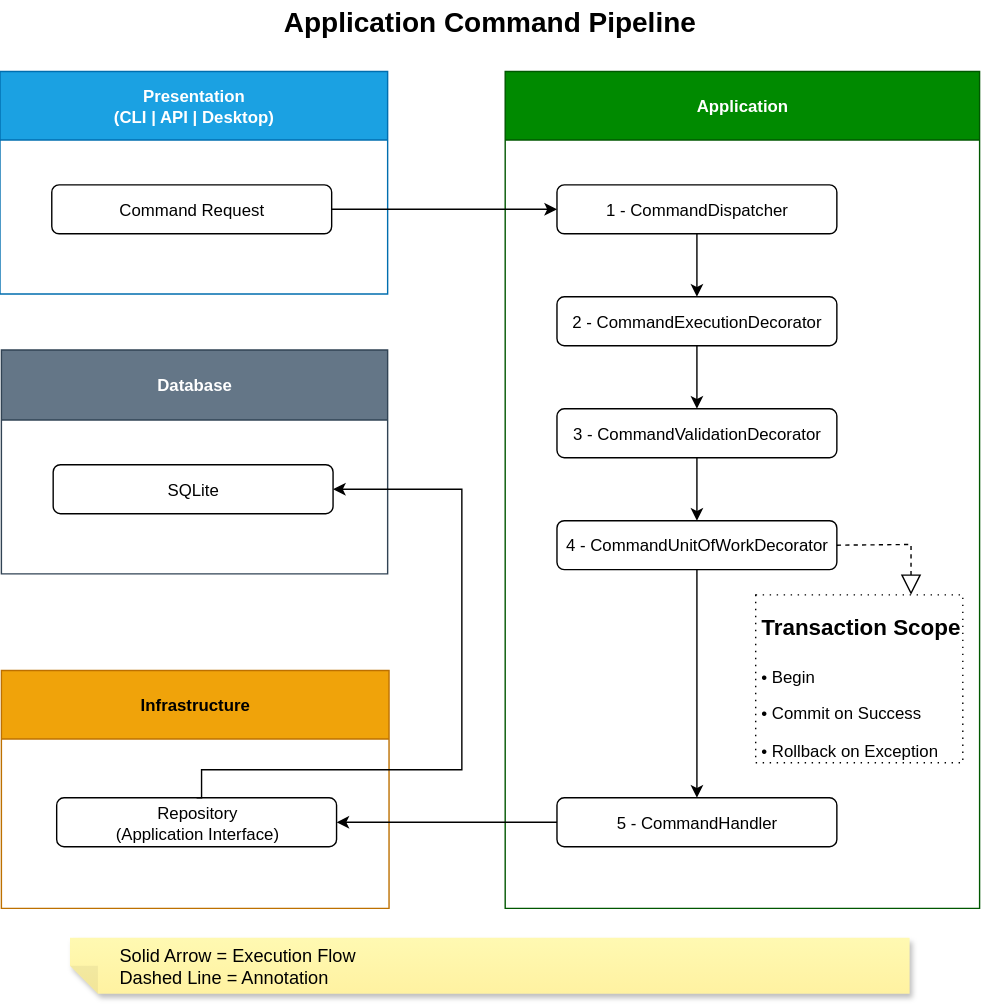
Above: docs/application/application-command-pipeline.svg in sergio-lopes-developer/whoami (draw.io), before the change. Source tidied: cells renumbered, new cells last; positions are measured from the earlier drawing's top-left corner, leaving out a move shared by most shapes.
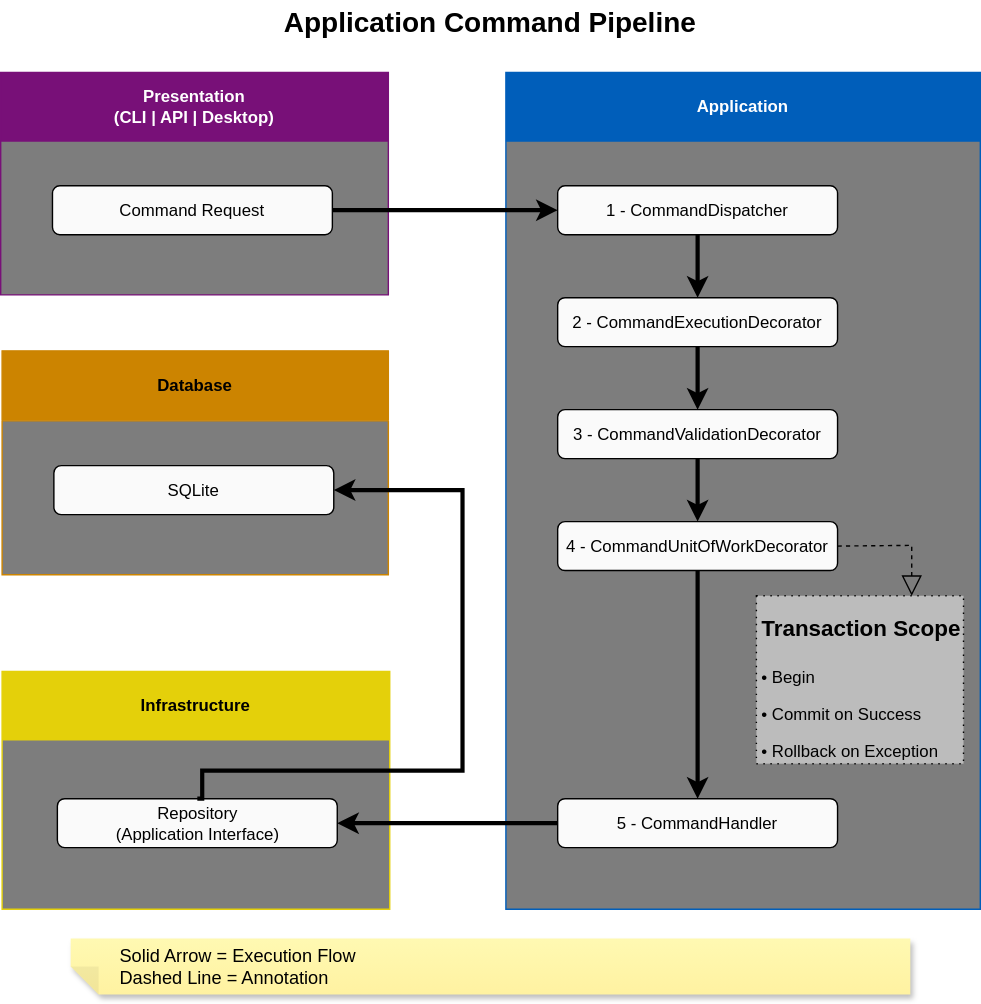
After the change.

Commit message:
docs: fix diagram colors for GitHub light and dark mode

What changed in the source:
```diff
@@ -2,74 +2,74 @@
   <root>
     <mxCell id="0" />
     <mxCell id="1" parent="0" />
-    <mxCell id="2" value="Presentation&#10;(CLI | API | Desktop)" style="swimlane;whiteSpace=wrap;html=1;startSize=49;fillColor=#1ba1e2;strokeColor=#006EAF;fontColor=#ffffff;swimlaneFillColor=default;gradientColor=none;" parent="1" vertex="1">
+    <mxCell id="2" value="Presentation&#10;(CLI | API | Desktop)" style="swimlane;whiteSpace=wrap;html=1;startSize=49;fillColor=light-dark(#781078,#781078);strokeColor=light-dark(#781078,#781078);fontColor=light-dark(#FFFFFF,#FFFFFF);swimlaneFillColor=light-dark(#7D7D7D,#7D7D7D);gradientColor=none;fillStyle=solid;" parent="1" vertex="1">
       <mxGeometry y="51" width="277" height="159" as="geometry" />
     </mxCell>
-    <mxCell id="3" value="Command Request" style="rounded=1;whiteSpace=wrap;html=1;fillColor=none;" parent="2" vertex="1">
+    <mxCell id="3" value="Command Request" style="rounded=1;whiteSpace=wrap;html=1;fillColor=light-dark(#FAFAFA,#FAFAFA);fillStyle=solid;fontColor=light-dark(#000000,#000000);" parent="2" vertex="1">
       <mxGeometry x="37" y="81" width="200" height="35" as="geometry" />
     </mxCell>
-    <mxCell id="4" value="&lt;div&gt;Application&lt;/div&gt;" style="swimlane;whiteSpace=wrap;html=1;startSize=49;fillColor=#008a00;strokeColor=#005700;fontColor=#ffffff;swimlaneFillColor=default;gradientColor=none;" parent="1" vertex="1">
+    <mxCell id="4" value="&lt;div&gt;Application&lt;/div&gt;" style="swimlane;whiteSpace=wrap;html=1;startSize=49;fillColor=light-dark(#005EBA,#005EBA);strokeColor=light-dark(#005EBA,#005EBA);fontColor=light-dark(#FFFFFF,#FFFFFF);swimlaneFillColor=light-dark(#7D7D7D,#7D7D7D);gradientColor=none;fillStyle=solid;" parent="1" vertex="1">
       <mxGeometry x="361" y="51" width="339" height="598" as="geometry" />
     </mxCell>
-    <mxCell id="5" style="edgeStyle=orthogonalEdgeStyle;rounded=0;jettySize=auto;html=1;entryX=0.5;entryY=0;entryDx=0;entryDy=0;" parent="4" edge="1" source="6" target="8">
+    <mxCell id="5" style="edgeStyle=orthogonalEdgeStyle;rounded=0;jettySize=auto;html=1;entryX=0.5;entryY=0;entryDx=0;entryDy=0;fontColor=light-dark(#000000,#FFFFFF);strokeWidth=3;" parent="4" edge="1" source="6" target="8">
       <mxGeometry relative="1" as="geometry" />
     </mxCell>
-    <mxCell id="6" value="1 - CommandDispatcher" style="rounded=1;whiteSpace=wrap;html=1;fillColor=none;" parent="4" vertex="1">
+    <mxCell id="6" value="1 - CommandDispatcher" style="rounded=1;whiteSpace=wrap;html=1;fillColor=light-dark(#FAFAFA,#FAFAFA);fillStyle=solid;fontColor=light-dark(#000000,#000000);" parent="4" vertex="1">
       <mxGeometry x="37" y="81" width="200" height="35" as="geometry" />
     </mxCell>
-    <mxCell id="7" style="edgeStyle=orthogonalEdgeStyle;rounded=0;jettySize=auto;html=1;exitX=0.5;exitY=1;exitDx=0;exitDy=0;entryX=0.5;entryY=0;entryDx=0;entryDy=0;" parent="4" edge="1" source="8" target="10">
+    <mxCell id="7" style="edgeStyle=orthogonalEdgeStyle;rounded=0;jettySize=auto;html=1;exitX=0.5;exitY=1;exitDx=0;exitDy=0;entryX=0.5;entryY=0;entryDx=0;entryDy=0;strokeWidth=3;strokeColor=light-dark(#000000,#FFFFFF);" parent="4" edge="1" source="8" target="10">
       <mxGeometry relative="1" as="geometry" />
     </mxCell>
-    <mxCell id="8" value="2 - CommandExecutionDecorator" style="rounded=1;whiteSpace=wrap;html=1;fillColor=none;" parent="4" vertex="1">
+    <mxCell id="8" value="2 - CommandExecutionDecorator" style="rounded=1;whiteSpace=wrap;html=1;fillColor=light-dark(#FAFAFA,#FAFAFA);fontColor=light-dark(#000000,#000000);fillStyle=solid;" parent="4" vertex="1">
       <mxGeometry x="37" y="161" width="200" height="35" as="geometry" />
     </mxCell>
-    <mxCell id="9" style="edgeStyle=orthogonalEdgeStyle;rounded=0;jettySize=auto;html=1;entryX=0.5;entryY=0;entryDx=0;entryDy=0;" parent="4" edge="1" source="10" target="12">
+    <mxCell id="9" style="edgeStyle=orthogonalEdgeStyle;rounded=0;jettySize=auto;html=1;entryX=0.5;entryY=0;entryDx=0;entryDy=0;strokeWidth=3;strokeColor=light-dark(#000000,#FFFFFF);" parent="4" edge="1" source="10" target="12">
       <mxGeometry relative="1" as="geometry" />
     </mxCell>
-    <mxCell id="10" value="3 - CommandValidationDecorator" style="rounded=1;whiteSpace=wrap;html=1;fillColor=none;" parent="4" vertex="1">
+    <mxCell id="10" value="3 - CommandValidationDecorator" style="rounded=1;whiteSpace=wrap;html=1;fillColor=light-dark(#FAFAFA,#FAFAFA);fontColor=light-dark(#000000,#000000);fillStyle=solid;" parent="4" vertex="1">
       <mxGeometry x="37" y="241" width="200" height="35" as="geometry" />
     </mxCell>
-    <mxCell id="11" style="edgeStyle=orthogonalEdgeStyle;rounded=0;jettySize=auto;html=1;" parent="4" edge="1" source="12" target="13">
+    <mxCell id="11" style="edgeStyle=orthogonalEdgeStyle;rounded=0;jettySize=auto;html=1;strokeWidth=3;strokeColor=light-dark(#000000,#FFFFFF);" parent="4" edge="1" source="12" target="13">
       <mxGeometry relative="1" as="geometry" />
     </mxCell>
-    <mxCell id="12" value="4 - CommandUnitOfWorkDecorator" style="rounded=1;whiteSpace=wrap;html=1;fillColor=none;" parent="4" vertex="1">
+    <mxCell id="12" value="4 - CommandUnitOfWorkDecorator" style="rounded=1;whiteSpace=wrap;html=1;fillColor=light-dark(#FAFAFA,#FAFAFA);fontColor=light-dark(#000000,#000000);fillStyle=solid;" parent="4" vertex="1">
       <mxGeometry x="37" y="321" width="200" height="35" as="geometry" />
     </mxCell>
-    <mxCell id="13" value="5 - CommandHandler" style="rounded=1;whiteSpace=wrap;html=1;fillColor=none;" parent="4" vertex="1">
+    <mxCell id="13" value="5 - CommandHandler" style="rounded=1;whiteSpace=wrap;html=1;fillColor=light-dark(#FAFAFA,#FAFAFA);fontColor=light-dark(#000000,#000000);fillStyle=solid;" parent="4" vertex="1">
       <mxGeometry x="37" y="519" width="200" height="35" as="geometry" />
     </mxCell>
-    <mxCell id="14" value="&lt;h1 style=&quot;margin-top: 0px;&quot;&gt;&lt;font style=&quot;font-size: 16px;&quot;&gt;Transaction Scope&lt;/font&gt;&lt;/h1&gt;&lt;p&gt;• Begin&lt;/p&gt;&lt;p&gt;• Commit on Success&lt;/p&gt;&lt;p&gt;• Rollback on Exception&lt;/p&gt;" style="text;html=1;whiteSpace=wrap;overflow=hidden;rounded=0;strokeColor=default;spacingLeft=2;spacingBottom=0;dashed=1;dashPattern=1 4;" parent="4" vertex="1">
+    <mxCell id="14" value="&lt;h1 style=&quot;margin-top: 0px;&quot;&gt;&lt;font style=&quot;font-size: 16px;&quot;&gt;Transaction Scope&lt;/font&gt;&lt;/h1&gt;&lt;p&gt;• Begin&lt;/p&gt;&lt;p&gt;• Commit on Success&lt;/p&gt;&lt;p&gt;• Rollback on Exception&lt;/p&gt;" style="text;html=1;whiteSpace=wrap;overflow=hidden;rounded=0;strokeColor=light-dark(#000000,#FFFFFF);spacingLeft=2;spacingBottom=0;dashed=1;dashPattern=1 4;fontColor=light-dark(#000000,#000000);fillColor=light-dark(#BCBCBC,#BCBCBC);" parent="4" vertex="1">
       <mxGeometry x="179" y="374" width="148" height="120" as="geometry" />
     </mxCell>
-    <mxCell id="15" style="endArrow=block;dashed=1;endFill=0;endSize=12;html=1;rounded=0;exitX=1;exitY=0.5;exitDx=0;exitDy=0;entryX=0.75;entryY=0;entryDx=0;entryDy=0;" parent="4" edge="1" source="12" target="14">
+    <mxCell id="15" style="endArrow=block;dashed=1;endFill=0;endSize=12;html=1;rounded=0;exitX=1;exitY=0.5;exitDx=0;exitDy=0;entryX=0.75;entryY=0;entryDx=0;entryDy=0;strokeWidth=1;strokeColor=light-dark(#000000,#FFFFFF);" parent="4" edge="1" source="12" target="14">
       <mxGeometry relative="1" as="geometry">
         <Array as="points">
           <mxPoint x="290" y="338" />
         </Array>
       </mxGeometry>
     </mxCell>
-    <mxCell id="16" value="&lt;div&gt;Infrastructure&lt;/div&gt;" style="swimlane;whiteSpace=wrap;html=1;startSize=49;fillColor=#f0a30a;strokeColor=#BD7000;fontColor=#000000;swimlaneFillColor=default;" parent="1" vertex="1">
+    <mxCell id="16" value="&lt;div&gt;Infrastructure&lt;/div&gt;" style="swimlane;whiteSpace=wrap;html=1;startSize=49;fillColor=light-dark(#E4D00A,#E4D00A);strokeColor=light-dark(#E4D00A,#E4D00A);fontColor=light-dark(#000000,#000000);swimlaneFillColor=light-dark(#7D7D7D,#7D7D7D);fillStyle=solid;" parent="1" vertex="1">
       <mxGeometry x="1" y="479" width="277" height="170" as="geometry" />
     </mxCell>
-    <mxCell id="17" value="&lt;div&gt;Repository&lt;/div&gt;&lt;div&gt;(Application Interface)&lt;/div&gt;" style="rounded=1;whiteSpace=wrap;html=1;fillColor=none;" parent="16" vertex="1">
+    <mxCell id="17" value="&lt;div&gt;Repository&lt;/div&gt;&lt;div&gt;(Application Interface)&lt;/div&gt;" style="rounded=1;whiteSpace=wrap;html=1;fillColor=light-dark(#FAFAFA,#FAFAFA);fontColor=light-dark(#000000,#000000);fillStyle=solid;" parent="16" vertex="1">
       <mxGeometry x="39.5" y="91" width="200" height="35" as="geometry" />
     </mxCell>
-    <mxCell id="18" style="edgeStyle=orthogonalEdgeStyle;rounded=0;jettySize=auto;html=1;exitX=1;exitY=0.5;exitDx=0;exitDy=0;entryX=0;entryY=0.5;entryDx=0;entryDy=0;" parent="1" edge="1" source="3" target="6">
+    <mxCell id="18" style="edgeStyle=orthogonalEdgeStyle;rounded=0;jettySize=auto;html=1;exitX=1;exitY=0.5;exitDx=0;exitDy=0;entryX=0;entryY=0.5;entryDx=0;entryDy=0;fontColor=light-dark(#000000,#FFFFFF);strokeWidth=3;" parent="1" edge="1" source="3" target="6">
       <mxGeometry relative="1" as="geometry" />
     </mxCell>
-    <mxCell id="19" style="edgeStyle=orthogonalEdgeStyle;rounded=0;jettySize=auto;html=1;entryX=1;entryY=0.5;entryDx=0;entryDy=0;" parent="1" edge="1" source="13" target="17">
+    <mxCell id="19" style="edgeStyle=orthogonalEdgeStyle;rounded=0;jettySize=auto;html=1;entryX=1;entryY=0.5;entryDx=0;entryDy=0;strokeWidth=3;strokeColor=light-dark(#000000,#FFFFFF);" parent="1" edge="1" source="13" target="17">
       <mxGeometry relative="1" as="geometry" />
     </mxCell>
-    <mxCell id="20" value="Application Command Pipeline" style="text;html=1;whiteSpace=wrap;strokeColor=none;fillColor=none;align=center;verticalAlign=middle;rounded=0;gradientColor=none;fontSize=20;fontStyle=1;" parent="1" vertex="1">
+    <mxCell id="20" value="Application Command Pipeline" style="text;html=1;whiteSpace=wrap;strokeColor=none;fillColor=none;align=center;verticalAlign=middle;rounded=0;gradientColor=none;fontSize=20;fontStyle=1;fontColor=light-dark(#000000,#FFFFFF);" parent="1" vertex="1">
       <mxGeometry width="700" height="30" as="geometry" />
     </mxCell>
-    <mxCell id="21" value="Database" style="swimlane;whiteSpace=wrap;html=1;fillColor=#647687;strokeColor=#314354;startSize=50;fontColor=#ffffff;swimlaneFillColor=default;gradientColor=none;" parent="1" vertex="1">
+    <mxCell id="21" value="Database" style="swimlane;whiteSpace=wrap;html=1;fillColor=light-dark(#CC8400,#CC8400);strokeColor=light-dark(#CC8400,#CC8400);startSize=50;fontColor=light-dark(#000000,#000000);swimlaneFillColor=light-dark(#7D7D7D,#7D7D7D);gradientColor=none;fillStyle=solid;" parent="1" vertex="1">
       <mxGeometry x="1" y="250" width="276" height="160" as="geometry" />
     </mxCell>
-    <mxCell id="22" value="SQLite" style="rounded=1;whiteSpace=wrap;html=1;fillColor=none;" parent="21" vertex="1">
+    <mxCell id="22" value="SQLite" style="rounded=1;whiteSpace=wrap;html=1;fillColor=light-dark(#FAFAFA,#FAFAFA);fontColor=light-dark(#000000,#000000);fillStyle=solid;" parent="21" vertex="1">
       <mxGeometry x="37" y="82" width="200" height="35" as="geometry" />
     </mxCell>
-    <mxCell id="23" style="edgeStyle=orthogonalEdgeStyle;rounded=0;jettySize=auto;html=1;exitX=0.5;exitY=0;exitDx=0;exitDy=0;entryX=1;entryY=0.5;entryDx=0;entryDy=0;" parent="1" edge="1" source="17" target="22">
+    <mxCell id="23" style="edgeStyle=orthogonalEdgeStyle;rounded=0;jettySize=auto;html=1;exitX=0.5;exitY=0;exitDx=0;exitDy=0;entryX=1;entryY=0.5;entryDx=0;entryDy=0;strokeWidth=3;strokeColor=light-dark(#000000,#FFFFFF);" parent="1" edge="1" source="17" target="22">
       <mxGeometry relative="1" as="geometry">
         <Array as="points">
           <mxPoint x="144" y="550" />
```
